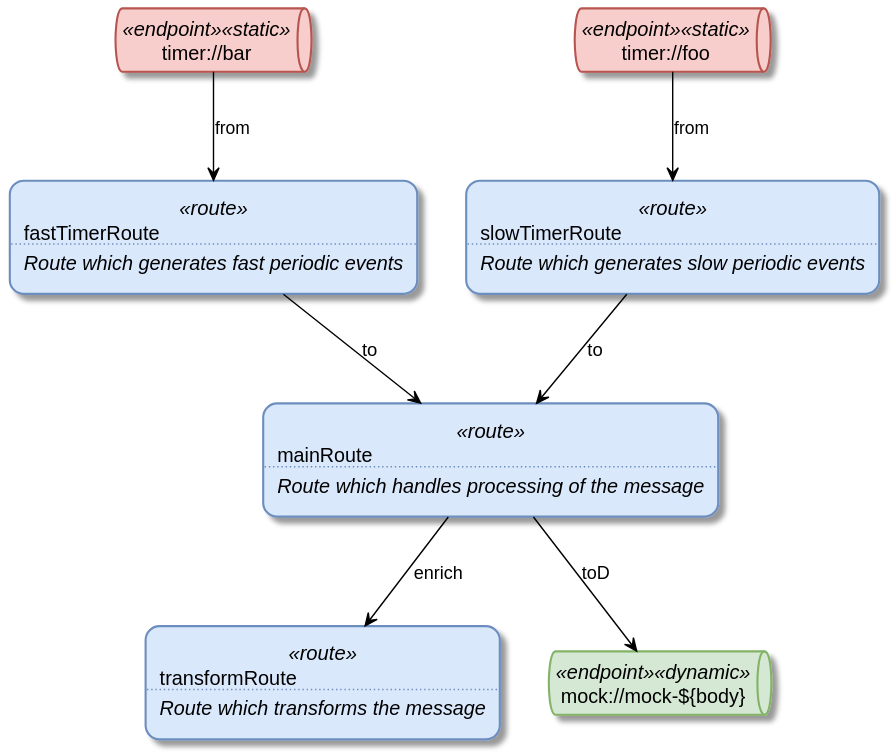
This is images/example1.light.svg from ncasaux/camel-plantuml, a PlantUML export, as it was before one commit. The source it was exported from:
```plantuml
@startuml camel-1

skinparam ArrowColor #Black

skinparam rectangle {
  RoundCorner 20
}

skinparam rectangle<<route>> {
  BorderColor #6C8EBF
  BackgroundColor #DAE8FC
}

skinparam queue<<endpoint>> {
}

skinparam queue<<static>> {
  BorderColor #B85450
  BackgroundColor #F8CECC
}

skinparam queue<<dynamic>> {
  BorderColor #82B366
  BackgroundColor #D5E8D4
}



rectangle route_4 <<route>> as "
mainRoute
....
<i>Route which handles processing of the message</i>
"

rectangle route_1 <<route>> as "
fastTimerRoute
....
<i>Route which generates fast periodic events</i>
"

rectangle route_2 <<route>> as "
transformRoute
....
<i>Route which transforms the message</i>
"

rectangle route_3 <<route>> as "
slowTimerRoute
....
<i>Route which generates slow periodic events</i>
"

queue endpoint_3 <<endpoint>><<static>> as "
timer://foo
"

queue endpoint_1 <<endpoint>><<static>> as "
timer://bar
"

endpoint_1 --> route_1 : from

endpoint_3 --> route_3 : from

route_1 --> route_4 : to

route_3 --> route_4 : to

queue dynamic_producer_endpoint_2 <<endpoint>><<dynamic>> as "
mock://mock-${body}
"

route_4 --> dynamic_producer_endpoint_2 : toD

route_4 --> route_2 : enrich

@enduml
```
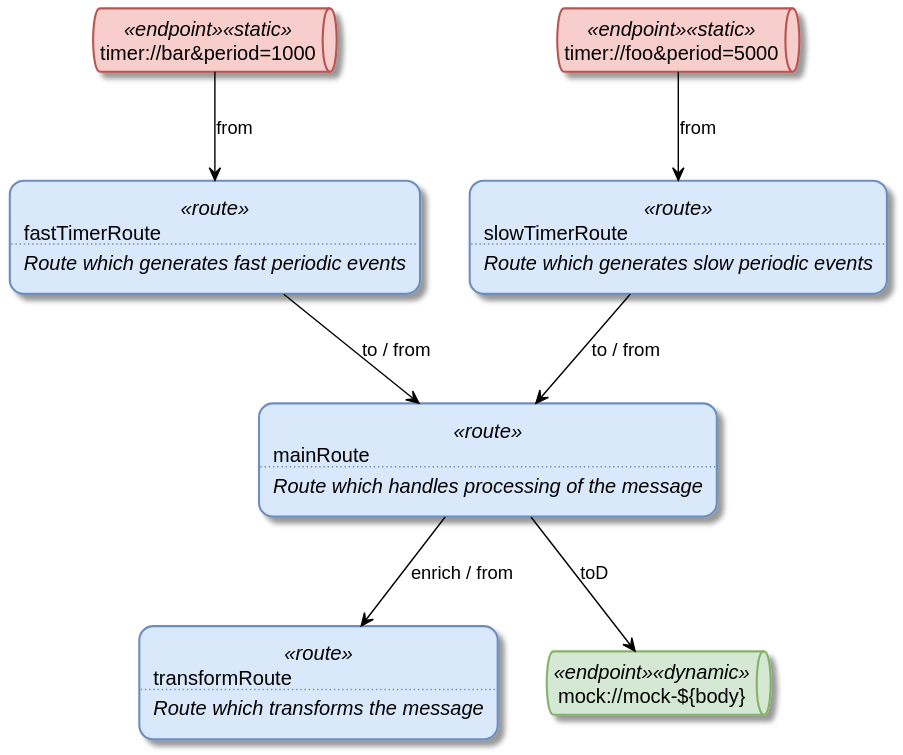
The same diagram one commit later.

Diff of the diagram source:
```diff
@@ -32,13 +32,13 @@
 <i>Route which handles processing of the message</i>
 "
 
-rectangle route_1 <<route>> as "
+rectangle route_0 <<route>> as "
 fastTimerRoute
 ....
 <i>Route which generates fast periodic events</i>
 "
 
-rectangle route_2 <<route>> as "
+rectangle route_1 <<route>> as "
 transformRoute
 ....
 <i>Route which transforms the message</i>
@@ -50,21 +50,21 @@
 <i>Route which generates slow periodic events</i>
 "
 
-queue endpoint_3 <<endpoint>><<static>> as "
-timer://foo
+queue endpoint_0 <<endpoint>><<static>> as "
+timer://bar&period=1000
 "
 
-queue endpoint_1 <<endpoint>><<static>> as "
-timer://bar
+queue endpoint_3 <<endpoint>><<static>> as "
+timer://foo&period=5000
 "
 
-endpoint_1 --> route_1 : from
+endpoint_0 --> route_0 : from
 
 endpoint_3 --> route_3 : from
 
-route_1 --> route_4 : to
+route_3 --> route_4 : to / from
 
-route_3 --> route_4 : to
+route_0 --> route_4 : to / from
 
 queue dynamic_producer_endpoint_2 <<endpoint>><<dynamic>> as "
 mock://mock-${body}
@@ -72,6 +72,6 @@
 
 route_4 --> dynamic_producer_endpoint_2 : toD
 
-route_4 --> route_2 : enrich
+route_4 --> route_1 : enrich / from
 
 @enduml
```
